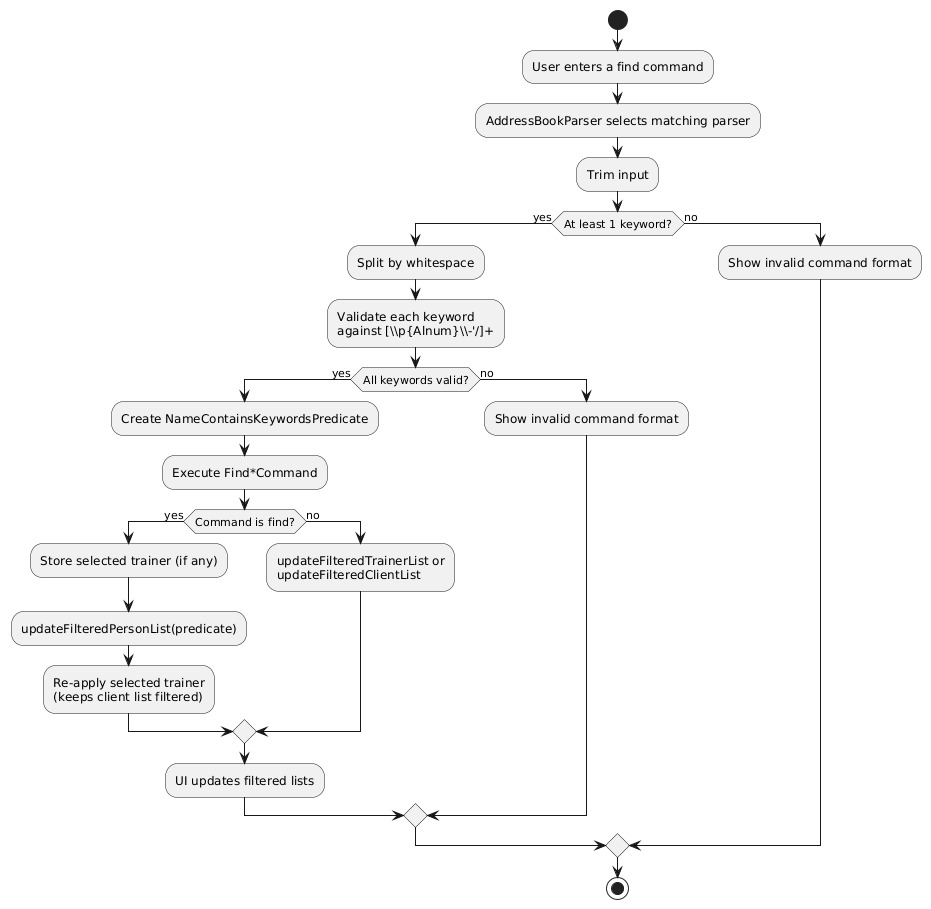
Earlier version of the PlantUML export docs/images/find/FindFeatureActivityDiagram.png (AY2526S2-CS2103T-T17-1/tp).
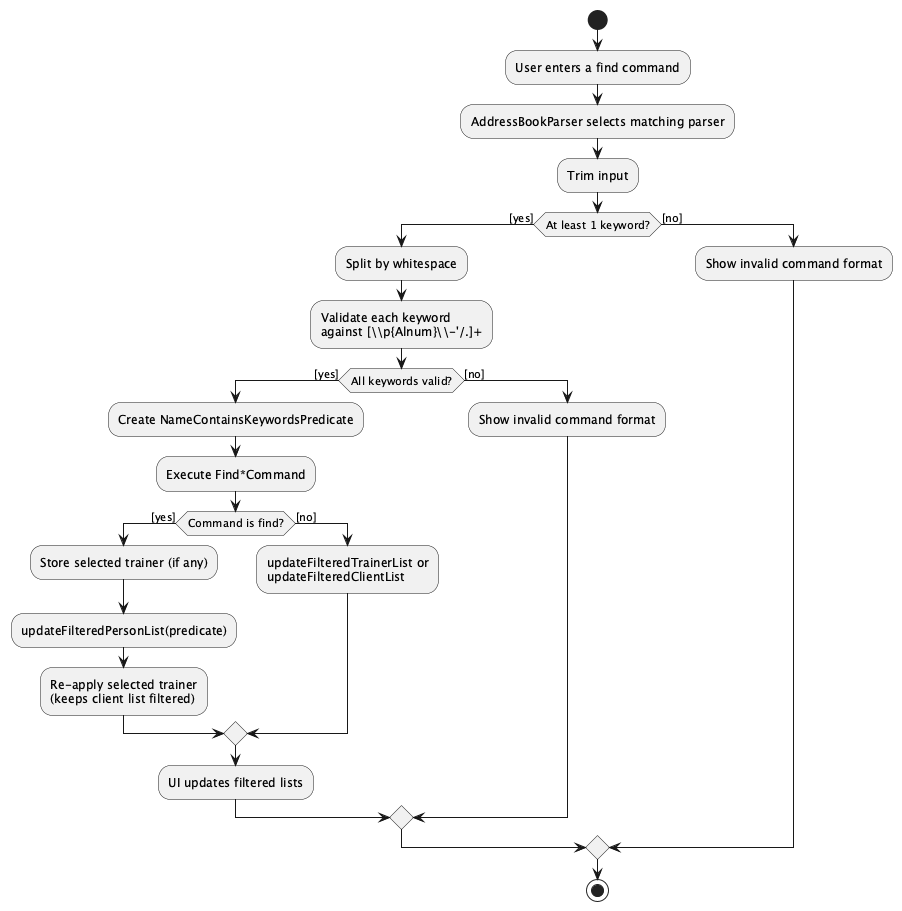
Above is the later version.

What changed in the source:
```diff
@@ -3,27 +3,27 @@
 :User enters a find command;
 :AddressBookParser selects matching parser;
 :Trim input;
-if (At least 1 keyword?) then (yes)
+if (At least 1 keyword?) then ([yes])
   :Split by whitespace;
   :Validate each keyword
-  against [\\p{Alnum}\\-'/]+;
-  if (All keywords valid?) then (yes)
+  against [\\p{Alnum}\\-'/.]+;
+  if (All keywords valid?) then ([yes])
     :Create NameContainsKeywordsPredicate;
     :Execute Find*Command;
-    if (Command is find?) then (yes)
+    if (Command is find?) then ([yes])
       :Store selected trainer (if any);
       :updateFilteredPersonList(predicate);
       :Re-apply selected trainer
       (keeps client list filtered);
-    else (no)
+    else ([no])
       :updateFilteredTrainerList or
       updateFilteredClientList;
     endif
     :UI updates filtered lists;
-  else (no)
+  else ([no])
     :Show invalid command format;
   endif
-else (no)
+else ([no])
   :Show invalid command format;
 endif
 stop
```
